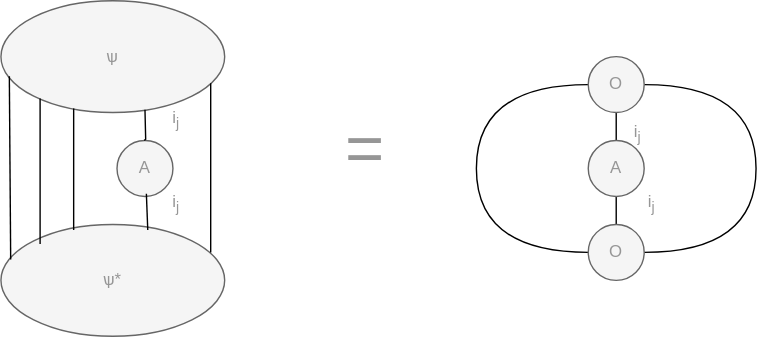
This is pictures/Ev1.svg from Prod1us/TensorNetworks, a draw.io export, as it was before one commit. Source tidied: cells renumbered, new cells last; positions are measured from the earlier drawing's top-left corner, leaving out a move shared by most shapes.
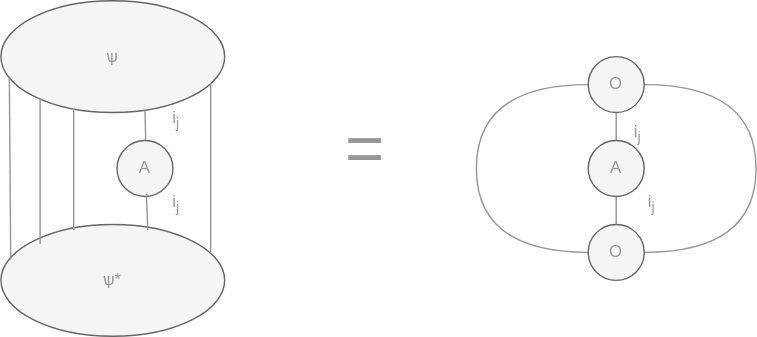
Later version of the same file.

Diff of the diagram source:
```diff
@@ -11,31 +11,31 @@
     <mxCell id="4" value="&lt;font color=&quot;#969696&quot;&gt;A&lt;/font&gt;" style="ellipse;whiteSpace=wrap;html=1;fillColor=#f5f5f5;fontColor=#333333;strokeColor=#666666;" parent="1" vertex="1">
       <mxGeometry x="83" y="100" width="40" height="40" as="geometry" />
     </mxCell>
-    <mxCell id="5" style="endArrow=none;html=1;rounded=0;entryX=0.019;entryY=0.725;entryDx=0;entryDy=0;entryPerimeter=0;exitX=0.025;exitY=0.363;exitDx=0;exitDy=0;exitPerimeter=0;" parent="1" edge="1">
+    <mxCell id="5" style="endArrow=none;html=1;rounded=0;entryX=0.019;entryY=0.725;entryDx=0;entryDy=0;entryPerimeter=0;exitX=0.025;exitY=0.363;exitDx=0;exitDy=0;exitPerimeter=0;strokeColor=#969696;" parent="1" edge="1">
       <mxGeometry relative="1" as="geometry">
         <mxPoint x="7" y="185" as="sourcePoint" />
         <mxPoint x="6" y="54" as="targetPoint" />
       </mxGeometry>
     </mxCell>
-    <mxCell id="6" style="endArrow=none;html=1;rounded=0;" parent="1" edge="1">
+    <mxCell id="6" style="endArrow=none;html=1;rounded=0;strokeColor=#969696;" parent="1" edge="1">
       <mxGeometry relative="1" as="geometry">
         <mxPoint x="150" y="180" as="sourcePoint" />
         <mxPoint x="150" y="59" as="targetPoint" />
       </mxGeometry>
     </mxCell>
-    <mxCell id="7" style="endArrow=none;html=1;rounded=0;" parent="1" edge="1">
+    <mxCell id="7" style="endArrow=none;html=1;rounded=0;strokeColor=#969696;" parent="1" edge="1">
       <mxGeometry relative="1" as="geometry">
         <mxPoint x="28" y="174" as="sourcePoint" />
         <mxPoint x="28" y="70" as="targetPoint" />
       </mxGeometry>
     </mxCell>
-    <mxCell id="8" style="endArrow=none;html=1;rounded=0;entryX=0.303;entryY=0.963;entryDx=0;entryDy=0;entryPerimeter=0;" parent="1" edge="1">
+    <mxCell id="8" style="endArrow=none;html=1;rounded=0;entryX=0.303;entryY=0.963;entryDx=0;entryDy=0;entryPerimeter=0;strokeColor=#969696;" parent="1" edge="1">
       <mxGeometry relative="1" as="geometry">
         <mxPoint x="52" y="164" as="sourcePoint" />
         <mxPoint x="52" y="77" as="targetPoint" />
       </mxGeometry>
     </mxCell>
-    <mxCell id="9" style="endArrow=none;html=1;rounded=0;" parent="1" edge="1">
+    <mxCell id="9" style="endArrow=none;html=1;rounded=0;strokeColor=#969696;" parent="1" edge="1">
       <mxGeometry relative="1" as="geometry">
         <mxPoint x="102.5" y="100" as="sourcePoint" />
         <mxPoint x="103" y="78" as="targetPoint" />
@@ -44,13 +44,13 @@
         </Array>
       </mxGeometry>
     </mxCell>
-    <mxCell id="10" style="endArrow=none;html=1;rounded=0;" parent="1" edge="1">
+    <mxCell id="10" style="endArrow=none;html=1;rounded=0;strokeColor=#969696;" parent="1" edge="1">
       <mxGeometry relative="1" as="geometry">
         <mxPoint x="105" y="164" as="sourcePoint" />
         <mxPoint x="104" y="138" as="targetPoint" />
       </mxGeometry>
     </mxCell>
-    <mxCell id="11" style="edgeStyle=orthogonalEdgeStyle;rounded=0;jettySize=auto;html=1;curved=1;entryX=1;entryY=0.5;entryDx=0;entryDy=0;endArrow=none;endFill=0;" parent="1" edge="1" source="14" target="16">
+    <mxCell id="11" style="edgeStyle=orthogonalEdgeStyle;rounded=0;jettySize=auto;html=1;curved=1;entryX=1;entryY=0.5;entryDx=0;entryDy=0;endArrow=none;endFill=0;strokeColor=#969696;" parent="1" edge="1" source="14" target="16">
       <mxGeometry relative="1" as="geometry">
         <Array as="points">
           <mxPoint x="540" y="60" />
@@ -58,10 +58,10 @@
         </Array>
       </mxGeometry>
     </mxCell>
-    <mxCell id="12" style="edgeStyle=orthogonalEdgeStyle;rounded=0;jettySize=auto;html=1;endArrow=none;endFill=0;" parent="1" edge="1" source="14" target="16">
+    <mxCell id="12" style="edgeStyle=orthogonalEdgeStyle;rounded=0;jettySize=auto;html=1;endArrow=none;endFill=0;strokeColor=#969696;" parent="1" edge="1" source="14" target="16">
       <mxGeometry relative="1" as="geometry" />
     </mxCell>
-    <mxCell id="13" style="edgeStyle=orthogonalEdgeStyle;rounded=0;jettySize=auto;html=1;curved=1;entryX=0;entryY=0.5;entryDx=0;entryDy=0;endArrow=none;endFill=0;" parent="1" edge="1" source="14" target="16">
+    <mxCell id="13" style="edgeStyle=orthogonalEdgeStyle;rounded=0;jettySize=auto;html=1;curved=1;entryX=0;entryY=0.5;entryDx=0;entryDy=0;endArrow=none;endFill=0;strokeColor=#969696;" parent="1" edge="1" source="14" target="16">
       <mxGeometry relative="1" as="geometry">
         <Array as="points">
           <mxPoint x="340" y="60" />
```
